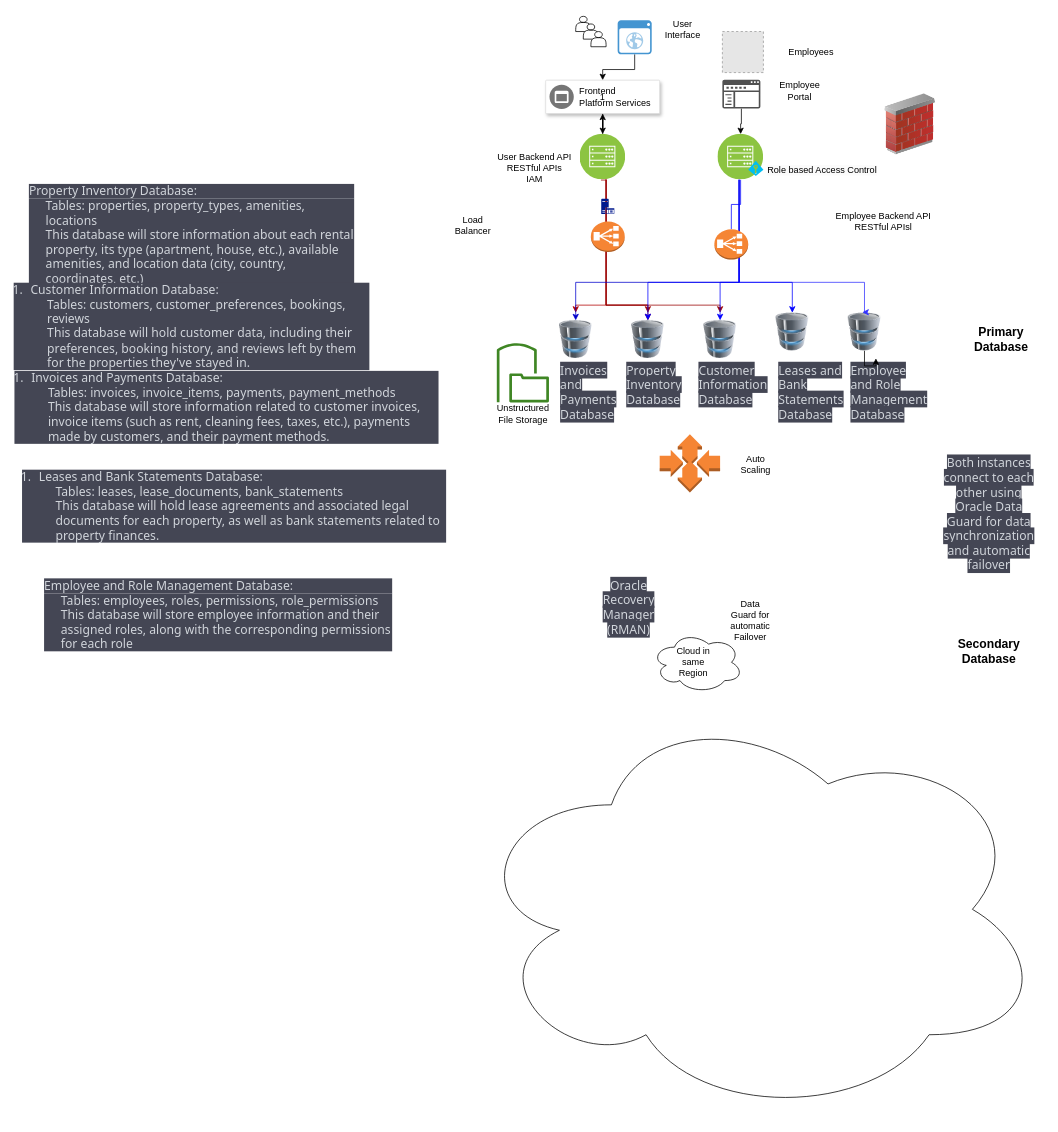
The draw.io diagram Unbenanntes Diagramm.drawio in SebastianVie/my-first-repo, before the edit. Source tidied: cells renumbered, new cells numbered last; positions are measured from the earlier drawing's top-left corner, leaving out a move shared by most shapes. Both pictures are drawn from the tidied source at 76%, with x=0, y=0 at pixel (13, 16). Pictures stored in the file or linked from it are replaced by grey dashed boxes.
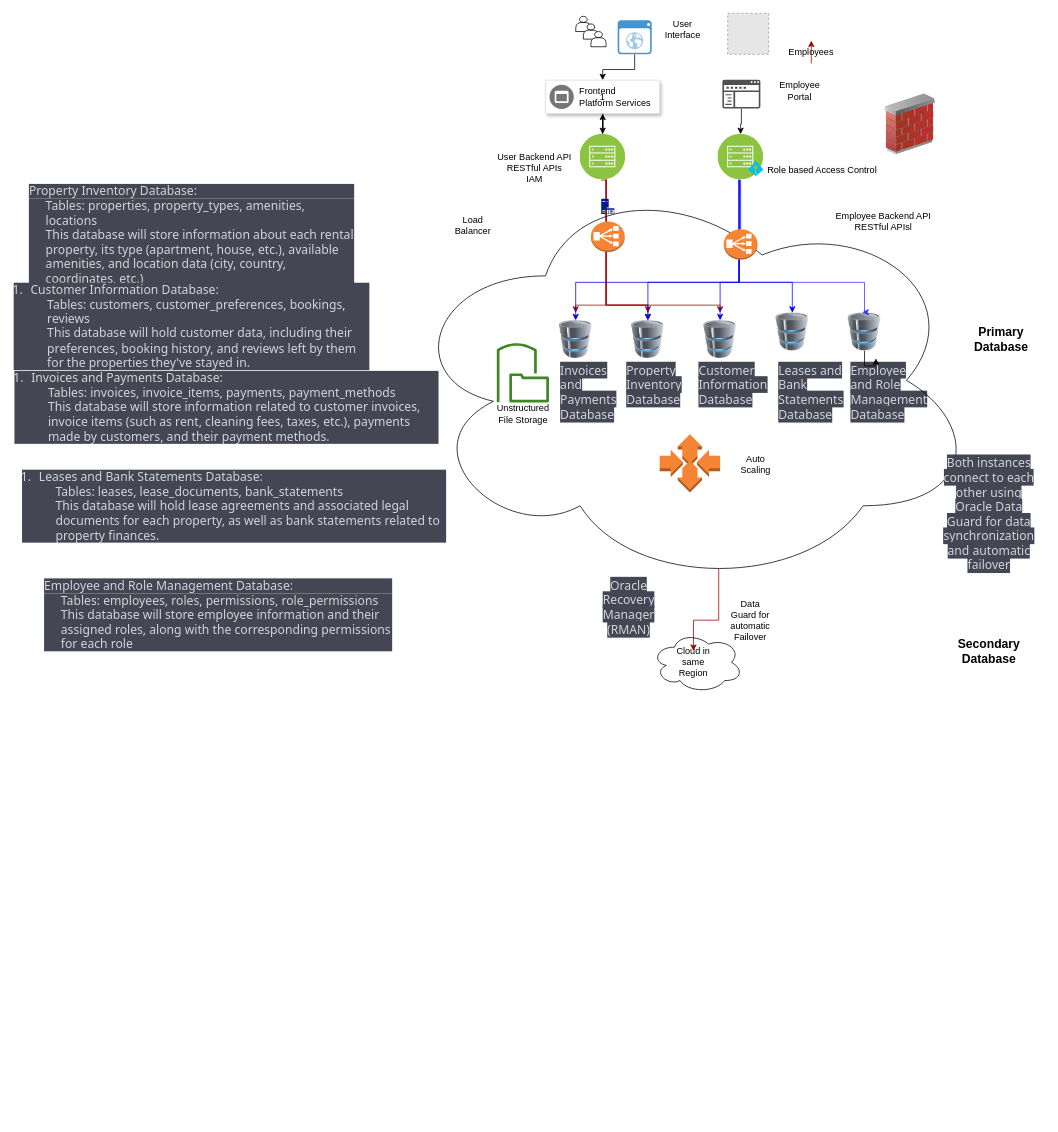
Above is the later version.

The change refers to these unchanged cells:
```xml
<mxCell id="40" style="perimeter=ellipsePerimeter;html=1;align=center;shadow=0;dashed=0;fontColor=#4277BB;labelBackgroundColor=#ffffff;fontSize=12;spacingTop=3;image;image=img/lib/ibm/infrastructure/mobile_backend.svg;" parent="1" vertex="1">
  <mxGeometry x="927" y="155" width="60" height="60" as="geometry" />
</mxCell>
<mxCell id="46" value="Employees" style="text;html=1;strokeColor=none;fillColor=none;align=center;verticalAlign=middle;whiteSpace=wrap;rounded=0;" parent="1" vertex="1">
  <mxGeometry x="1020" y="32" width="60" height="30" as="geometry" />
</mxCell>
<mxCell id="53" value="Cloud in same Region" style="text;html=1;strokeColor=none;fillColor=none;align=center;verticalAlign=middle;whiteSpace=wrap;rounded=0;" parent="1" vertex="1">
  <mxGeometry x="865" y="835" width="60" height="30" as="geometry" />
</mxCell>
```

Change to the diagram source:
```diff
@@
     <mxCell id="45" style="fillColor=#E6E6E6;strokeColor=#999999;dashed=1;html=1;verticalAlign=top;verticalLabelPosition=bottom;labelBackgroundColor=#ffffff;" parent="1" vertex="1">
-      <mxGeometry x="933" y="20" width="54" height="54" as="geometry" />
+      <mxGeometry x="940" y="-4" width="54" height="54" as="geometry" />
     </mxCell>
@@
+    <mxCell id="68" style="edgeStyle=orthogonalEdgeStyle;rounded=0;jettySize=auto;html=1;strokeColor=#990000;fontSize=16;exitX=0.55;exitY=0.95;exitDx=0;exitDy=0;exitPerimeter=0;" parent="1" edge="1" source="51" target="53">
+      <mxGeometry relative="1" as="geometry" />
+    </mxCell>
     <mxCell id="51" style="ellipse;shape=cloud;whiteSpace=wrap;html=1;fillColor=none;" parent="1" vertex="1">
-      <mxGeometry x="597" y="900" width="760" height="550" as="geometry" />
+      <mxGeometry x="510.2" y="204" width="760" height="550" as="geometry" />
     </mxCell>
@@
     <mxCell id="65" style="edgeStyle=orthogonalEdgeStyle;rounded=0;jettySize=auto;html=1;entryX=0.5;entryY=0;entryDx=0;entryDy=0;strokeColor=#0000FF;endArrow=none;" parent="1" edge="1" source="40" target="66">
-      <mxGeometry relative="1" as="geometry" />
+      <mxGeometry relative="1" as="geometry">
+        <Array as="points">
+          <mxPoint x="957" y="240" />
+          <mxPoint x="957" y="240" />
+        </Array>
+      </mxGeometry>
     </mxCell>
     <mxCell id="66" style="outlineConnect=0;dashed=0;verticalLabelPosition=bottom;verticalAlign=top;align=center;html=1;shape=mxgraph.aws3.classic_load_balancer;fillColor=#F58534;gradientColor=none;" parent="1" vertex="1">
-      <mxGeometry x="922.5" y="280" width="44.5" height="40" as="geometry" />
+      <mxGeometry x="934.8" y="280" width="44.5" height="40" as="geometry" />
     </mxCell>
@@
+    <mxCell id="69" style="edgeStyle=orthogonalEdgeStyle;rounded=0;orthogonalLoop=1;jettySize=auto;html=1;exitX=0.5;exitY=1;exitDx=0;exitDy=0;entryX=0.5;entryY=0;entryDx=0;entryDy=0;strokeColor=#990000;fontSize=16;" parent="1" edge="1" source="46" target="46">
+      <mxGeometry relative="1" as="geometry" />
+    </mxCell>
```
